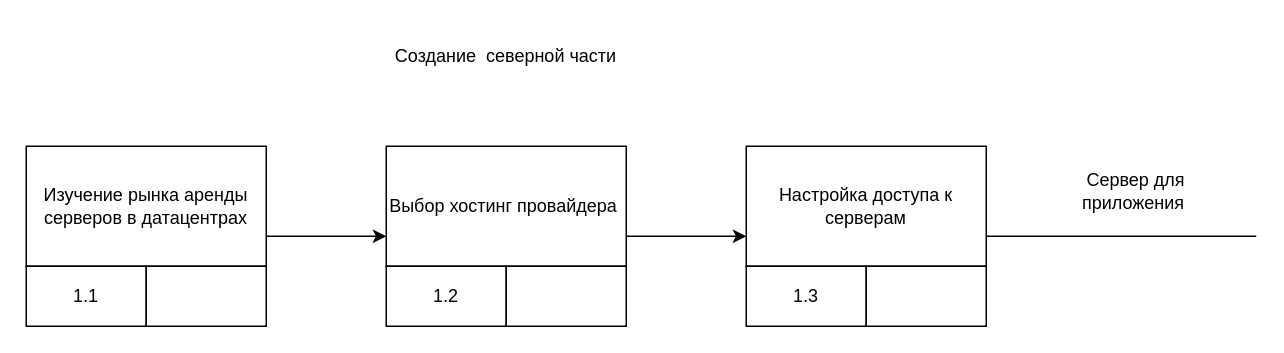
Above: page "Страница 2" (2 of 5) of ee2dwdwqdwqqdqwdw.drawio in ereason/draw-io (draw.io), before the change. Source tidied: cells renumbered, new cells numbered last; positions are measured from the earlier drawing's top-left corner, leaving out a move shared by most shapes. Both pictures are drawn from the tidied source at 150%, with x=0, y=0 at pixel (26, 26).
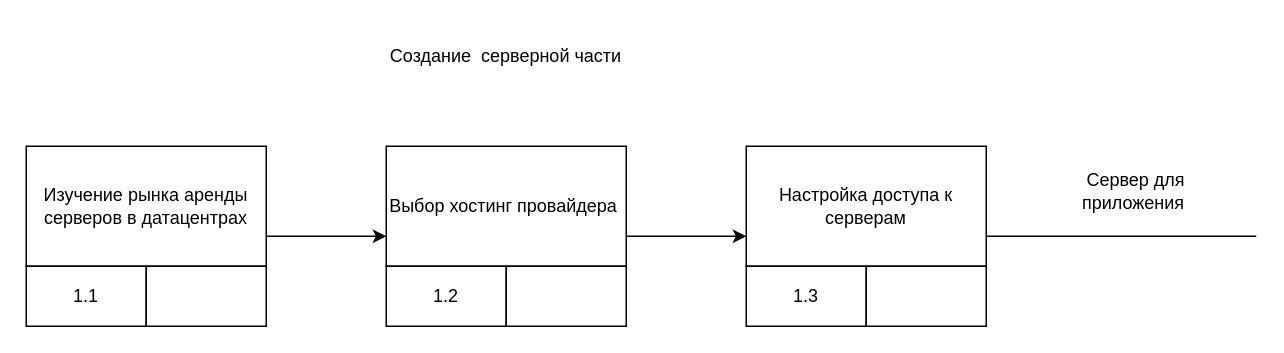
Above is the later version.

Diff of the diagram source:
```diff
@@
 <mxGraphModel>
   <root>
     <mxCell id="0" />
     <mxCell id="1" parent="0" />
-    <mxCell id="2" value="Создание &amp;nbsp;северной части" style="text;html=1;strokeColor=none;fillColor=none;align=center;verticalAlign=middle;whiteSpace=wrap;rounded=0;" parent="1" vertex="1">
+    <mxCell id="2" value="Создание &amp;nbsp;серверной части" style="text;html=1;strokeColor=none;fillColor=none;align=center;verticalAlign=middle;whiteSpace=wrap;rounded=0;" parent="1" vertex="1">
       <mxGeometry x="240" width="160" height="40" as="geometry" />
     </mxCell>
     <mxCell id="3" style="edgeStyle=orthogonalEdgeStyle;rounded=0;jettySize=auto;html=1;exitX=1;exitY=0.75;exitDx=0;exitDy=0;entryX=0;entryY=0.75;entryDx=0;entryDy=0;" parent="1" edge="1" source="4" target="8">
       <mxGeometry relative="1" as="geometry" />
     </mxCell>
     <mxCell id="4" value="Изучение рынка аренды серверов в датацентрах" style="rounded=0;whiteSpace=wrap;html=1;" parent="1" vertex="1">
       <mxGeometry y="80" width="160" height="80" as="geometry" />
     </mxCell>
     <mxCell id="5" value="1.1" style="rounded=0;whiteSpace=wrap;html=1;" parent="1" vertex="1">
       <mxGeometry y="160" width="80" height="40" as="geometry" />
     </mxCell>
     <mxCell id="6" style="rounded=0;whiteSpace=wrap;html=1;" parent="1" vertex="1">
       <mxGeometry x="80" y="160" width="80" height="40" as="geometry" />
     </mxCell>
     <mxCell id="7" style="edgeStyle=orthogonalEdgeStyle;rounded=0;jettySize=auto;html=1;exitX=1;exitY=0.75;exitDx=0;exitDy=0;entryX=0;entryY=0.75;entryDx=0;entryDy=0;" parent="1" edge="1" source="8" target="11">
       <mxGeometry relative="1" as="geometry" />
     </mxCell>
     <mxCell id="8" value="Выбор хостинг провайдера&amp;nbsp;" style="rounded=0;whiteSpace=wrap;html=1;" parent="1" vertex="1">
       <mxGeometry x="240" y="80" width="160" height="80" as="geometry" />
     </mxCell>
     <mxCell id="9" value="1.2" style="rounded=0;whiteSpace=wrap;html=1;" parent="1" vertex="1">
       <mxGeometry x="240" y="160" width="80" height="40" as="geometry" />
     </mxCell>
     <mxCell id="10" style="rounded=0;whiteSpace=wrap;html=1;" parent="1" vertex="1">
       <mxGeometry x="320" y="160" width="80" height="40" as="geometry" />
     </mxCell>
     <mxCell id="11" value="Настройка доступа к серверам" style="rounded=0;whiteSpace=wrap;html=1;" parent="1" vertex="1">
       <mxGeometry x="480" y="80" width="160" height="80" as="geometry" />
     </mxCell>
     <mxCell id="12" value="1.3" style="rounded=0;whiteSpace=wrap;html=1;" parent="1" vertex="1">
       <mxGeometry x="480" y="160" width="80" height="40" as="geometry" />
     </mxCell>
     <mxCell id="13" style="rounded=0;whiteSpace=wrap;html=1;" parent="1" vertex="1">
       <mxGeometry x="560" y="160" width="80" height="40" as="geometry" />
     </mxCell>
     <mxCell id="14" style="endArrow=none;html=1;rounded=0;entryX=1;entryY=0.75;entryDx=0;entryDy=0;" parent="1" edge="1" target="11">
       <mxGeometry relative="1" as="geometry">
         <mxPoint x="820" y="140" as="sourcePoint" />
       </mxGeometry>
     </mxCell>
     <mxCell id="15" value="Сервер для приложения&amp;nbsp;" style="text;html=1;strokeColor=none;fillColor=none;align=center;verticalAlign=middle;whiteSpace=wrap;rounded=0;" parent="1" vertex="1">
       <mxGeometry x="680" y="80" width="120" height="60" as="geometry" />
     </mxCell>
   </root>
 </mxGraphModel>
```
